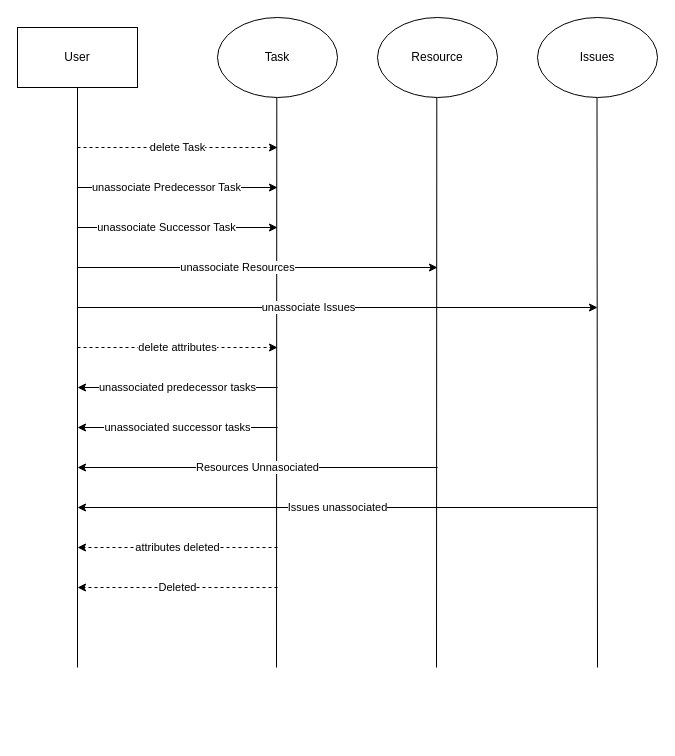
Earlier version of the draw.io diagram diagrams/delete Task.drawio (alicebalayan/comp380---project3). Source tidied: cells renumbered, new cells numbered last; positions are measured from the earlier drawing's top-left corner, leaving out a move shared by most shapes. Both pictures are drawn from the tidied source at 100%, with x=0, y=0 at pixel (17, 17).
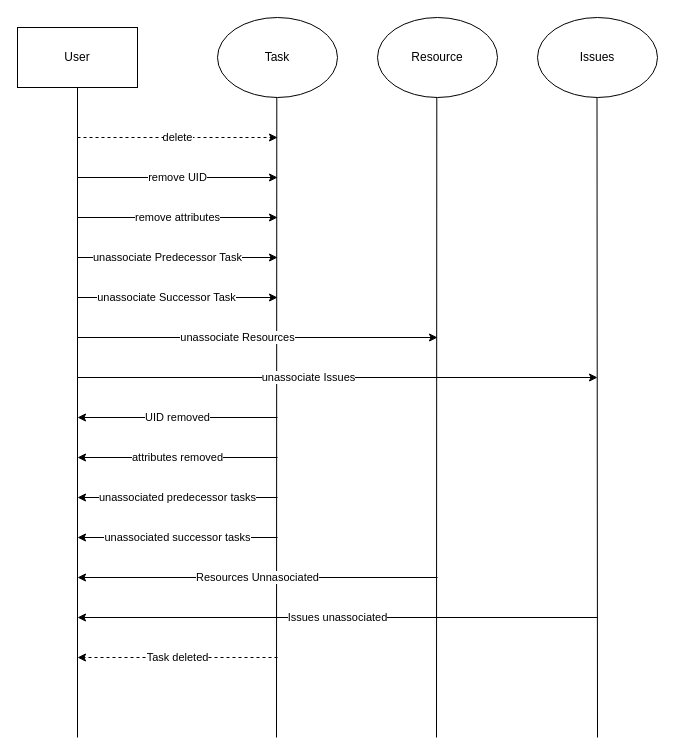
After the change.

Unchanged cells that the change refers to:
```xml
<mxCell id="2" value="User" style="rounded=0;whiteSpace=wrap;html=1;" parent="1" vertex="1">
  <mxGeometry y="10" width="120" height="60" as="geometry" />
</mxCell>
```

Diff of the diagram source:
```diff
@@
     <mxCell id="3" style="endArrow=none;html=1;entryX=0.5;entryY=1;entryDx=0;entryDy=0;" parent="1" edge="1" target="2">
       <mxGeometry relative="1" as="geometry">
-        <mxPoint x="60" y="650" as="sourcePoint" />
+        <mxPoint x="60" y="720" as="sourcePoint" />
       </mxGeometry>
     </mxCell>
@@
     <mxCell id="6" style="endArrow=none;html=1;entryX=0.5;entryY=1;entryDx=0;entryDy=0;" parent="1" edge="1">
       <mxGeometry relative="1" as="geometry">
-        <mxPoint x="259" y="650" as="sourcePoint" />
+        <mxPoint x="259" y="720" as="sourcePoint" />
         <mxPoint x="259.3" y="80" as="targetPoint" />
       </mxGeometry>
     </mxCell>
     <mxCell id="7" style="endArrow=none;html=1;entryX=0.5;entryY=1;entryDx=0;entryDy=0;" parent="1" edge="1">
       <mxGeometry relative="1" as="geometry">
-        <mxPoint x="419" y="650" as="sourcePoint" />
+        <mxPoint x="419" y="720" as="sourcePoint" />
         <mxPoint x="419.3" y="80" as="targetPoint" />
       </mxGeometry>
     </mxCell>
@@
     <mxCell id="9" style="endArrow=none;html=1;entryX=0.5;entryY=1;entryDx=0;entryDy=0;" parent="1" edge="1">
       <mxGeometry relative="1" as="geometry">
-        <mxPoint x="580" y="650" as="sourcePoint" />
+        <mxPoint x="580" y="720" as="sourcePoint" />
         <mxPoint x="579.5" y="80" as="targetPoint" />
       </mxGeometry>
     </mxCell>
-    <mxCell id="10" value="delete Task" style="endArrow=classic;dashed=1;html=1;" parent="1" edge="1">
+    <mxCell id="10" value="delete" style="endArrow=classic;dashed=1;html=1;" parent="1" edge="1">
       <mxGeometry relative="1" as="geometry">
-        <mxPoint x="60" y="130" as="sourcePoint" />
-        <mxPoint x="260" y="130" as="targetPoint" />
+        <mxPoint x="60" y="120" as="sourcePoint" />
+        <mxPoint x="260" y="120" as="targetPoint" />
       </mxGeometry>
     </mxCell>
     <mxCell id="11" value="unassociate Resources" style="endArrow=classic;html=1;" parent="1" edge="1">
       <mxGeometry x="-0.11" relative="1" as="geometry">
-        <mxPoint x="60" y="250" as="sourcePoint" />
-        <mxPoint x="420" y="250" as="targetPoint" />
+        <mxPoint x="60" y="320" as="sourcePoint" />
+        <mxPoint x="420" y="320" as="targetPoint" />
       </mxGeometry>
     </mxCell>
     <mxCell id="12" value="unassociate Predecessor Task" style="endArrow=classic;html=1;" parent="1" edge="1">
-      <mxGeometry x="-0.11" relative="1" as="geometry">
-        <mxPoint x="60" y="170" as="sourcePoint" />
-        <mxPoint x="260" y="170" as="targetPoint" />
+      <mxGeometry x="-0.1" relative="1" as="geometry">
+        <mxPoint x="60" y="240" as="sourcePoint" />
+        <mxPoint x="260" y="240" as="targetPoint" />
       </mxGeometry>
     </mxCell>
     <mxCell id="13" value="unassociate Successor Task" style="endArrow=classic;html=1;" parent="1" edge="1">
       <mxGeometry x="-0.11" relative="1" as="geometry">
-        <mxPoint x="60" y="210" as="sourcePoint" />
-        <mxPoint x="260" y="210" as="targetPoint" />
+        <mxPoint x="60" y="280" as="sourcePoint" />
+        <mxPoint x="260" y="280" as="targetPoint" />
       </mxGeometry>
     </mxCell>
     <mxCell id="14" value="unassociate Issues" style="endArrow=classic;html=1;" parent="1" edge="1">
       <mxGeometry x="-0.11" relative="1" as="geometry">
-        <mxPoint x="60" y="290" as="sourcePoint" />
-        <mxPoint x="580" y="290" as="targetPoint" />
+        <mxPoint x="60" y="360" as="sourcePoint" />
+        <mxPoint x="580" y="360" as="targetPoint" />
       </mxGeometry>
     </mxCell>
-    <mxCell id="15" value="delete attributes" style="endArrow=classic;dashed=1;html=1;" parent="1" edge="1">
+    <mxCell id="15" value="remove attributes" style="endArrow=classic;html=1;" parent="1" edge="1">
       <mxGeometry relative="1" as="geometry">
-        <mxPoint x="60" y="330" as="sourcePoint" />
-        <mxPoint x="260" y="330" as="targetPoint" />
+        <mxPoint x="60" y="200" as="sourcePoint" />
+        <mxPoint x="260" y="200" as="targetPoint" />
         <Array as="points">
-          <mxPoint x="160" y="330" />
+          <mxPoint x="160" y="200" />
         </Array>
       </mxGeometry>
     </mxCell>
-    <mxCell id="16" value="attributes deleted" style="endArrow=classic;html=1;dashed=1;" parent="1" edge="1">
+    <mxCell id="16" value="attributes removed" style="endArrow=classic;html=1;" parent="1" edge="1">
       <mxGeometry relative="1" as="geometry">
-        <mxPoint x="260" y="530" as="sourcePoint" />
-        <mxPoint x="60" y="530" as="targetPoint" />
+        <mxPoint x="260" y="440" as="sourcePoint" />
+        <mxPoint x="60" y="440" as="targetPoint" />
       </mxGeometry>
     </mxCell>
     <mxCell id="17" value="Resources Unnasociated" style="endArrow=classic;html=1;" parent="1" edge="1">
       <mxGeometry relative="1" as="geometry">
-        <mxPoint x="420" y="450" as="sourcePoint" />
-        <mxPoint x="60" y="450" as="targetPoint" />
+        <mxPoint x="420" y="560" as="sourcePoint" />
+        <mxPoint x="60" y="560" as="targetPoint" />
       </mxGeometry>
     </mxCell>
     <mxCell id="18" value="unassociated predecessor tasks" style="endArrow=classic;html=1;" parent="1" edge="1">
       <mxGeometry relative="1" as="geometry">
-        <mxPoint x="260" y="370" as="sourcePoint" />
-        <mxPoint x="60" y="370" as="targetPoint" />
+        <mxPoint x="260" y="480" as="sourcePoint" />
+        <mxPoint x="60" y="480" as="targetPoint" />
       </mxGeometry>
     </mxCell>
     <mxCell id="19" value="unassociated successor tasks" style="endArrow=classic;html=1;" parent="1" edge="1">
       <mxGeometry relative="1" as="geometry">
-        <mxPoint x="260" y="410" as="sourcePoint" />
-        <mxPoint x="60" y="410" as="targetPoint" />
+        <mxPoint x="260" y="520" as="sourcePoint" />
+        <mxPoint x="60" y="520" as="targetPoint" />
       </mxGeometry>
     </mxCell>
     <mxCell id="20" value="Issues unassociated" style="endArrow=classic;html=1;" parent="1" edge="1">
       <mxGeometry relative="1" as="geometry">
-        <mxPoint x="580" y="490" as="sourcePoint" />
-        <mxPoint x="60" y="490" as="targetPoint" />
+        <mxPoint x="580" y="600" as="sourcePoint" />
+        <mxPoint x="60" y="600" as="targetPoint" />
       </mxGeometry>
     </mxCell>
-    <mxCell id="21" value="Deleted" style="endArrow=classic;dashed=1;html=1;" parent="1" edge="1">
+    <mxCell id="21" value="Task deleted" style="endArrow=classic;dashed=1;html=1;" parent="1" edge="1">
       <mxGeometry relative="1" as="geometry">
-        <mxPoint x="260" y="570" as="sourcePoint" />
-        <mxPoint x="60" y="570" as="targetPoint" />
+        <mxPoint x="260" y="640" as="sourcePoint" />
+        <mxPoint x="60" y="640" as="targetPoint" />
       </mxGeometry>
     </mxCell>
+    <mxCell id="22" value="UID removed" style="endArrow=classic;html=1;" parent="1" edge="1">
+      <mxGeometry relative="1" as="geometry">
+        <mxPoint x="260" y="400" as="sourcePoint" />
+        <mxPoint x="60" y="400" as="targetPoint" />
+      </mxGeometry>
+    </mxCell>
+    <mxCell id="23" value="remove UID" style="endArrow=classic;html=1;" parent="1" edge="1">
+      <mxGeometry relative="1" as="geometry">
+        <mxPoint x="60" y="160" as="sourcePoint" />
+        <mxPoint x="260" y="160" as="targetPoint" />
+        <Array as="points">
+          <mxPoint x="160" y="160" />
+        </Array>
+      </mxGeometry>
+    </mxCell>
```
